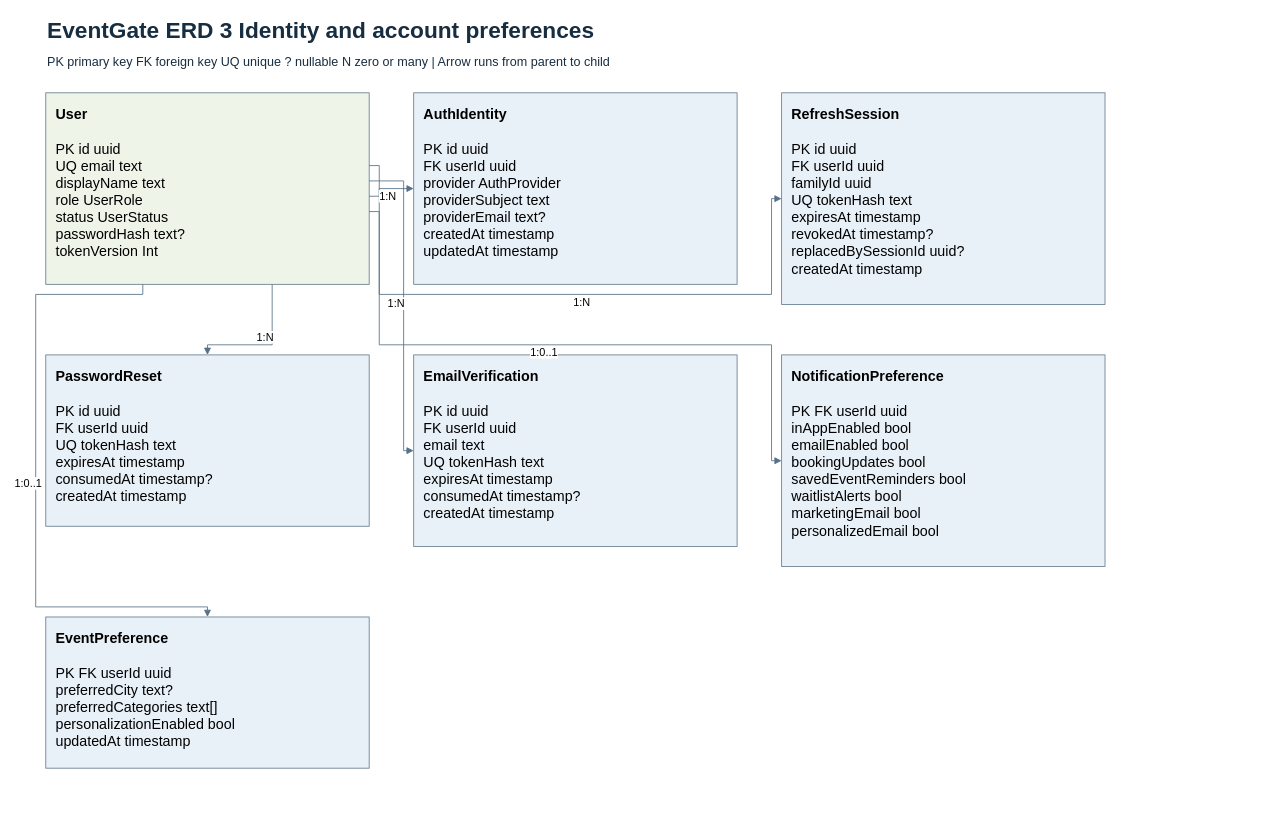
This is page "EventGate ERD 3 Identity and account preferences" (3 of 6) of diagrams/eventgate-erd.drawio from SayemHasan74/eventgate-system-design, a draw.io file, before an edit. Source tidied: cells renumbered, new cells numbered last; positions are measured from the earlier drawing's top-left corner, leaving out a move shared by most shapes. Both pictures are drawn from the tidied source at 84%, with x=0, y=0 at pixel (35, 14).
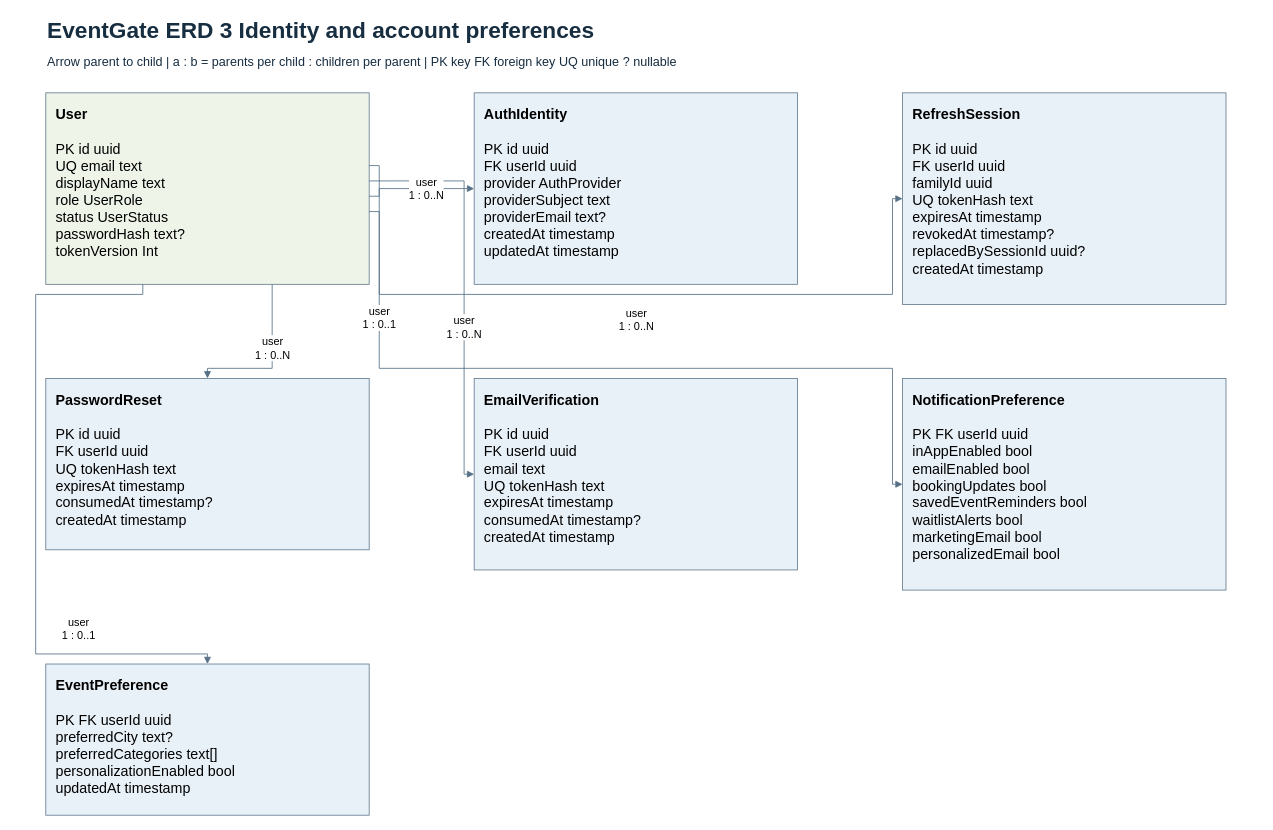
The same diagram, later.

Unchanged cells that the change refers to:
```xml
<mxCell id="4" value="&lt;b&gt;User&lt;/b&gt;&lt;br&gt;&lt;br&gt;PK id  uuid&lt;br&gt;UQ email  text&lt;br&gt;displayName  text&lt;br&gt;role  UserRole&lt;br&gt;status  UserStatus&lt;br&gt;passwordHash  text?&lt;br&gt;tokenVersion  Int" style="rounded=0;whiteSpace=wrap;html=1;align=left;verticalAlign=top;spacing=12;fontFamily=Arial;fontSize=17;fillColor=#eff4e9;strokeColor=#657c8f;" parent="1" vertex="1">
  <mxGeometry x="12" y="93" width="385" height="228" as="geometry" />
</mxCell>
```

Diff of the diagram source:
```diff
@@
     <mxCell id="2" value="EventGate ERD 3 Identity and account preferences" style="text;html=0;align=left;verticalAlign=middle;fontSize=27;fontStyle=1;fontColor=#172d40;" parent="1" vertex="1">
-      <mxGeometry x="12" width="1264" height="32" as="geometry" />
+      <mxGeometry x="12" width="1444" height="32" as="geometry" />
     </mxCell>
-    <mxCell id="3" value="PK primary key   FK foreign key   UQ unique   ? nullable   N zero or many   |   Arrow runs from parent to child" style="text;html=0;align=left;verticalAlign=middle;fontSize=15;fontStyle=0;fontColor=#172d40;" parent="1" vertex="1">
-      <mxGeometry x="12" y="39" width="1264" height="32" as="geometry" />
+    <mxCell id="3" value="Arrow parent to child   |   a : b = parents per child : children per parent   |   PK key   FK foreign key   UQ unique   ? nullable" style="text;html=0;align=left;verticalAlign=middle;fontSize=15;fontStyle=0;fontColor=#172d40;" parent="1" vertex="1">
+      <mxGeometry x="12" y="39" width="1444" height="32" as="geometry" />
     </mxCell>
@@
     <mxCell id="5" value="&lt;b&gt;AuthIdentity&lt;/b&gt;&lt;br&gt;&lt;br&gt;PK id  uuid&lt;br&gt;FK userId  uuid&lt;br&gt;provider  AuthProvider&lt;br&gt;providerSubject  text&lt;br&gt;providerEmail  text?&lt;br&gt;createdAt  timestamp&lt;br&gt;updatedAt  timestamp" style="rounded=0;whiteSpace=wrap;html=1;align=left;verticalAlign=top;spacing=12;fontFamily=Arial;fontSize=17;fillColor=#e9f1f8;strokeColor=#657c8f;" parent="1" vertex="1">
-      <mxGeometry x="450" y="93" width="385" height="228" as="geometry" />
+      <mxGeometry x="522" y="93" width="385" height="228" as="geometry" />
     </mxCell>
     <mxCell id="6" value="&lt;b&gt;RefreshSession&lt;/b&gt;&lt;br&gt;&lt;br&gt;PK id  uuid&lt;br&gt;FK userId  uuid&lt;br&gt;familyId  uuid&lt;br&gt;UQ tokenHash  text&lt;br&gt;expiresAt  timestamp&lt;br&gt;revokedAt  timestamp?&lt;br&gt;replacedBySessionId  uuid?&lt;br&gt;createdAt  timestamp" style="rounded=0;whiteSpace=wrap;html=1;align=left;verticalAlign=top;spacing=12;fontFamily=Arial;fontSize=17;fillColor=#e9f1f8;strokeColor=#657c8f;" parent="1" vertex="1">
-      <mxGeometry x="888" y="93" width="385" height="252" as="geometry" />
+      <mxGeometry x="1032" y="93" width="385" height="252" as="geometry" />
     </mxCell>
     <mxCell id="7" value="&lt;b&gt;PasswordReset&lt;/b&gt;&lt;br&gt;&lt;br&gt;PK id  uuid&lt;br&gt;FK userId  uuid&lt;br&gt;UQ tokenHash  text&lt;br&gt;expiresAt  timestamp&lt;br&gt;consumedAt  timestamp?&lt;br&gt;createdAt  timestamp" style="rounded=0;whiteSpace=wrap;html=1;align=left;verticalAlign=top;spacing=12;fontFamily=Arial;fontSize=17;fillColor=#e9f1f8;strokeColor=#657c8f;" parent="1" vertex="1">
-      <mxGeometry x="12" y="405" width="385" height="204" as="geometry" />
+      <mxGeometry x="12" y="433" width="385" height="204" as="geometry" />
     </mxCell>
     <mxCell id="8" value="&lt;b&gt;EmailVerification&lt;/b&gt;&lt;br&gt;&lt;br&gt;PK id  uuid&lt;br&gt;FK userId  uuid&lt;br&gt;email  text&lt;br&gt;UQ tokenHash  text&lt;br&gt;expiresAt  timestamp&lt;br&gt;consumedAt  timestamp?&lt;br&gt;createdAt  timestamp" style="rounded=0;whiteSpace=wrap;html=1;align=left;verticalAlign=top;spacing=12;fontFamily=Arial;fontSize=17;fillColor=#e9f1f8;strokeColor=#657c8f;" parent="1" vertex="1">
-      <mxGeometry x="450" y="405" width="385" height="228" as="geometry" />
+      <mxGeometry x="522" y="433" width="385" height="228" as="geometry" />
     </mxCell>
     <mxCell id="9" value="&lt;b&gt;NotificationPreference&lt;/b&gt;&lt;br&gt;&lt;br&gt;PK FK userId  uuid&lt;br&gt;inAppEnabled  bool&lt;br&gt;emailEnabled  bool&lt;br&gt;bookingUpdates  bool&lt;br&gt;savedEventReminders  bool&lt;br&gt;waitlistAlerts  bool&lt;br&gt;marketingEmail  bool&lt;br&gt;personalizedEmail  bool" style="rounded=0;whiteSpace=wrap;html=1;align=left;verticalAlign=top;spacing=12;fontFamily=Arial;fontSize=17;fillColor=#e9f1f8;strokeColor=#657c8f;" parent="1" vertex="1">
-      <mxGeometry x="888" y="405" width="385" height="252" as="geometry" />
+      <mxGeometry x="1032" y="433" width="385" height="252" as="geometry" />
     </mxCell>
     <mxCell id="10" value="&lt;b&gt;EventPreference&lt;/b&gt;&lt;br&gt;&lt;br&gt;PK FK userId  uuid&lt;br&gt;preferredCity  text?&lt;br&gt;preferredCategories  text[]&lt;br&gt;personalizationEnabled  bool&lt;br&gt;updatedAt  timestamp" style="rounded=0;whiteSpace=wrap;html=1;align=left;verticalAlign=top;spacing=12;fontFamily=Arial;fontSize=17;fillColor=#e9f1f8;strokeColor=#657c8f;" parent="1" vertex="1">
-      <mxGeometry x="12" y="717" width="385" height="180" as="geometry" />
+      <mxGeometry x="12" y="773" width="385" height="180" as="geometry" />
     </mxCell>
-    <mxCell id="11" value="1:0..1" style="edgeStyle=none;rounded=0;html=1;fontSize=13;labelBackgroundColor=#ffffff;strokeColor=#557087;endArrow=block;endFill=1;exitX=0.3;exitY=1;entryX=0.5;entryY=0;exitPerimeter=0;entryPerimeter=0;dashed=0;" parent="1" edge="1" source="4" target="10">
-      <mxGeometry y="-9" relative="1" as="geometry">
+    <mxCell id="11" value="user&lt;br&gt;1 : 0..1" style="edgeStyle=none;rounded=0;html=1;fontSize=13;labelBackgroundColor=#ffffff;strokeColor=#557087;endArrow=block;endFill=1;exitX=0.3;exitY=1;entryX=0.5;entryY=0;exitPerimeter=0;entryPerimeter=0;dashed=0;" parent="1" edge="1" source="4" target="10">
+      <mxGeometry relative="1" as="geometry">
         <Array as="points">
           <mxPoint x="127.5" y="333" />
           <mxPoint y="333" />
-          <mxPoint y="705" />
-          <mxPoint x="204.5" y="705" />
+          <mxPoint y="761" />
+          <mxPoint x="204.5" y="761" />
         </Array>
+        <mxPoint x="51.1" y="145.5" as="offset" />
       </mxGeometry>
     </mxCell>
-    <mxCell id="12" value="1:0..1" style="edgeStyle=none;rounded=0;html=1;fontSize=13;labelBackgroundColor=#ffffff;strokeColor=#557087;endArrow=block;endFill=1;exitX=1;exitY=0.38;entryX=0;entryY=0.5;exitPerimeter=0;entryPerimeter=0;dashed=0;" parent="1" edge="1" source="4" target="9">
-      <mxGeometry y="-9" relative="1" as="geometry">
+    <mxCell id="12" value="user&lt;br&gt;1 : 0..1" style="edgeStyle=none;rounded=0;html=1;fontSize=13;labelBackgroundColor=#ffffff;strokeColor=#557087;endArrow=block;endFill=1;exitX=1;exitY=0.38;entryX=0;entryY=0.5;exitPerimeter=0;entryPerimeter=0;dashed=0;" parent="1" edge="1" source="4" target="9">
+      <mxGeometry relative="1" as="geometry">
         <Array as="points">
           <mxPoint x="409" y="179.6" />
-          <mxPoint x="409" y="393" />
-          <mxPoint x="876" y="393" />
-          <mxPoint x="876" y="531" />
+          <mxPoint x="409" y="421" />
+          <mxPoint x="1020" y="421" />
+          <mxPoint x="1020" y="559" />
         </Array>
+        <mxPoint x="-253.8" y="-60.3" as="offset" />
       </mxGeometry>
     </mxCell>
-    <mxCell id="13" value="1:N" style="edgeStyle=none;rounded=0;html=1;fontSize=13;labelBackgroundColor=#ffffff;strokeColor=#557087;endArrow=block;endFill=1;exitX=1;exitY=0.46;entryX=0;entryY=0.5;exitPerimeter=0;entryPerimeter=0;dashed=0;" parent="1" edge="1" source="4" target="8">
-      <mxGeometry y="-9" relative="1" as="geometry">
+    <mxCell id="13" value="user&lt;br&gt;1 : 0..N" style="edgeStyle=none;rounded=0;html=1;fontSize=13;labelBackgroundColor=#ffffff;strokeColor=#557087;endArrow=block;endFill=1;exitX=1;exitY=0.46;entryX=0;entryY=0.5;exitPerimeter=0;entryPerimeter=0;dashed=0;" parent="1" edge="1" source="4" target="8">
+      <mxGeometry relative="1" as="geometry">
         <Array as="points">
-          <mxPoint x="438" y="197.9" />
-          <mxPoint x="438" y="519" />
+          <mxPoint x="510" y="197.9" />
+          <mxPoint x="510" y="547" />
         </Array>
+        <mxPoint y="50.5" as="offset" />
       </mxGeometry>
     </mxCell>
-    <mxCell id="14" value="1:N" style="edgeStyle=none;rounded=0;html=1;fontSize=13;labelBackgroundColor=#ffffff;strokeColor=#557087;endArrow=block;endFill=1;exitX=1;exitY=0.54;entryX=0;entryY=0.5;exitPerimeter=0;entryPerimeter=0;dashed=0;" parent="1" edge="1" source="4" target="5">
-      <mxGeometry y="-9" relative="1" as="geometry">
+    <mxCell id="14" value="user&lt;br&gt;1 : 0..N" style="edgeStyle=none;rounded=0;html=1;fontSize=13;labelBackgroundColor=#ffffff;strokeColor=#557087;endArrow=block;endFill=1;exitX=1;exitY=0.54;entryX=0;entryY=0.5;exitPerimeter=0;entryPerimeter=0;dashed=0;" parent="1" edge="1" source="4" target="5">
+      <mxGeometry relative="1" as="geometry">
         <Array as="points">
           <mxPoint x="409" y="216.1" />
           <mxPoint x="409" y="207" />
         </Array>
+        <mxPoint x="10.6" as="offset" />
       </mxGeometry>
     </mxCell>
-    <mxCell id="15" value="1:N" style="edgeStyle=none;rounded=0;html=1;fontSize=13;labelBackgroundColor=#ffffff;strokeColor=#557087;endArrow=block;endFill=1;exitX=1;exitY=0.62;entryX=0;entryY=0.5;exitPerimeter=0;entryPerimeter=0;dashed=0;" parent="1" edge="1" source="4" target="6">
-      <mxGeometry y="-9" relative="1" as="geometry">
+    <mxCell id="15" value="user&lt;br&gt;1 : 0..N" style="edgeStyle=none;rounded=0;html=1;fontSize=13;labelBackgroundColor=#ffffff;strokeColor=#557087;endArrow=block;endFill=1;exitX=1;exitY=0.62;entryX=0;entryY=0.5;exitPerimeter=0;entryPerimeter=0;dashed=0;" parent="1" edge="1" source="4" target="6">
+      <mxGeometry relative="1" as="geometry">
         <Array as="points">
           <mxPoint x="409" y="234.4" />
           <mxPoint x="409" y="333" />
-          <mxPoint x="876" y="333" />
-          <mxPoint x="876" y="219" />
+          <mxPoint x="1020" y="333" />
+          <mxPoint x="1020" y="219" />
         </Array>
+        <mxPoint x="-7.7" y="30" as="offset" />
       </mxGeometry>
     </mxCell>
-    <mxCell id="16" value="1:N" style="edgeStyle=none;rounded=0;html=1;fontSize=13;labelBackgroundColor=#ffffff;strokeColor=#557087;endArrow=block;endFill=1;exitX=0.7000000000000001;exitY=1;entryX=0.5;entryY=0;exitPerimeter=0;entryPerimeter=0;dashed=0;" parent="1" edge="1" source="4" target="7">
-      <mxGeometry y="-9" relative="1" as="geometry">
+    <mxCell id="16" value="user&lt;br&gt;1 : 0..N" style="edgeStyle=none;rounded=0;html=1;fontSize=13;labelBackgroundColor=#ffffff;strokeColor=#557087;endArrow=block;endFill=1;exitX=0.7000000000000001;exitY=1;entryX=0.5;entryY=0;exitPerimeter=0;entryPerimeter=0;dashed=0;" parent="1" edge="1" source="4" target="7">
+      <mxGeometry relative="1" as="geometry">
         <Array as="points">
-          <mxPoint x="281.5" y="393" />
-          <mxPoint x="204.5" y="393" />
+          <mxPoint x="281.5" y="421" />
+          <mxPoint x="204.5" y="421" />
         </Array>
+        <mxPoint y="-19.5" as="offset" />
       </mxGeometry>
     </mxCell>
```
